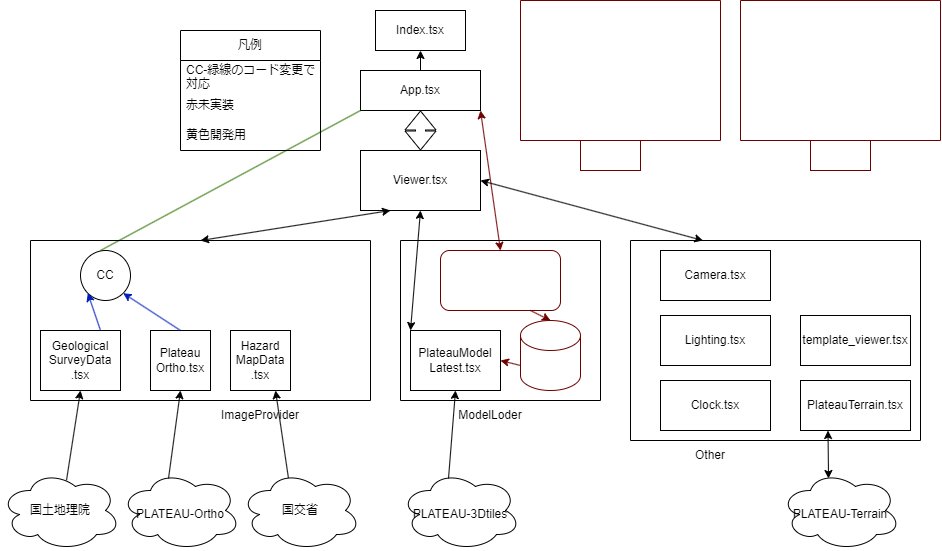
Earlier version of the draw.io export sekkei.drawio.png (nanten-pi/Plateau_2024). Source tidied: cells renumbered, new cells last; positions are measured from the earlier drawing's top-left corner, leaving out a move shared by most shapes.
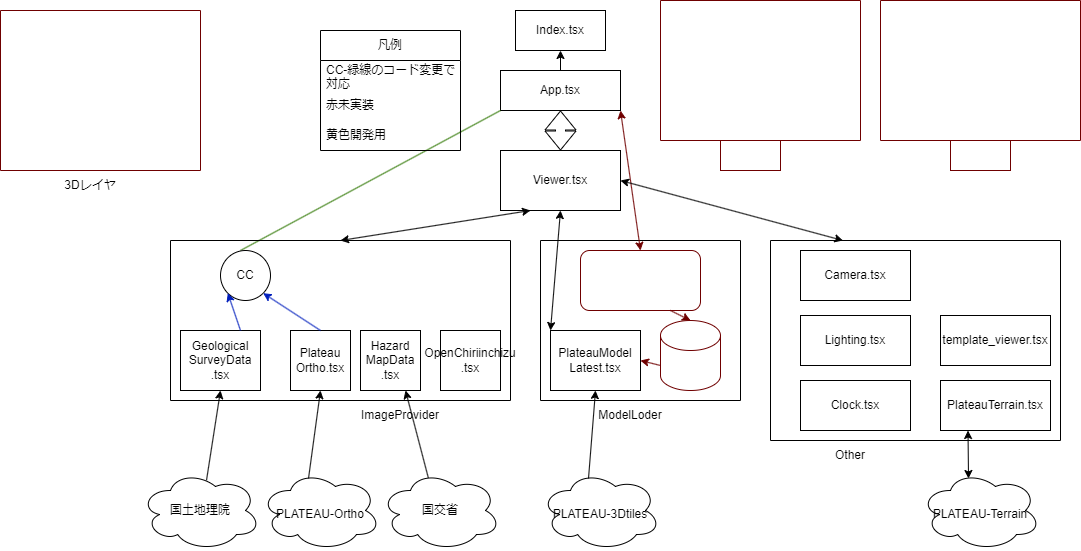
Above is the later version.

What changed in the source:
```diff
@@ -53,8 +53,11 @@
       <mxGeometry relative="1" as="geometry" />
     </mxCell>
     <mxCell id="18" value="Hazard&lt;br&gt;MapData&lt;br&gt;.tsx" style="rounded=0;whiteSpace=wrap;html=1;" parent="12" vertex="1">
-      <mxGeometry x="200" y="90" width="60" height="60" as="geometry" />
+      <mxGeometry x="190" y="90" width="60" height="60" as="geometry" />
     </mxCell>
+    <mxCell id="52" value="OpenChiriinchizu&lt;br&gt;.tsx" style="rounded=0;whiteSpace=wrap;html=1;" parent="12" vertex="1">
+      <mxGeometry x="270" y="90" width="60" height="60" as="geometry" />
+    </mxCell>
     <mxCell id="19" value="ImageProvider" style="text;html=1;strokeColor=none;fillColor=none;align=center;verticalAlign=middle;whiteSpace=wrap;rounded=0;" parent="1" vertex="1">
       <mxGeometry x="230" y="400" width="60" height="30" as="geometry" />
     </mxCell>
@@ -154,5 +157,11 @@
     <mxCell id="51" style="endArrow=classic;html=1;entryX=0.5;entryY=1;entryDx=0;entryDy=0;exitX=0.55;exitY=0.123;exitDx=0;exitDy=0;exitPerimeter=0;" parent="1" edge="1" source="48" target="14">
       <mxGeometry relative="1" as="geometry" />
     </mxCell>
+    <mxCell id="53" style="swimlane;startSize=0;fillColor=#a20025;fontColor=#ffffff;strokeColor=#6F0000;" parent="1" vertex="1">
+      <mxGeometry x="-140" y="10" width="200" height="160" as="geometry" />
+    </mxCell>
+    <mxCell id="54" value="3Dレイヤ" style="text;html=1;strokeColor=none;fillColor=none;align=center;verticalAlign=middle;whiteSpace=wrap;rounded=0;" parent="1" vertex="1">
+      <mxGeometry x="-80" y="170" width="60" height="30" as="geometry" />
+    </mxCell>
   </root>
 </mxGraphModel>
```
